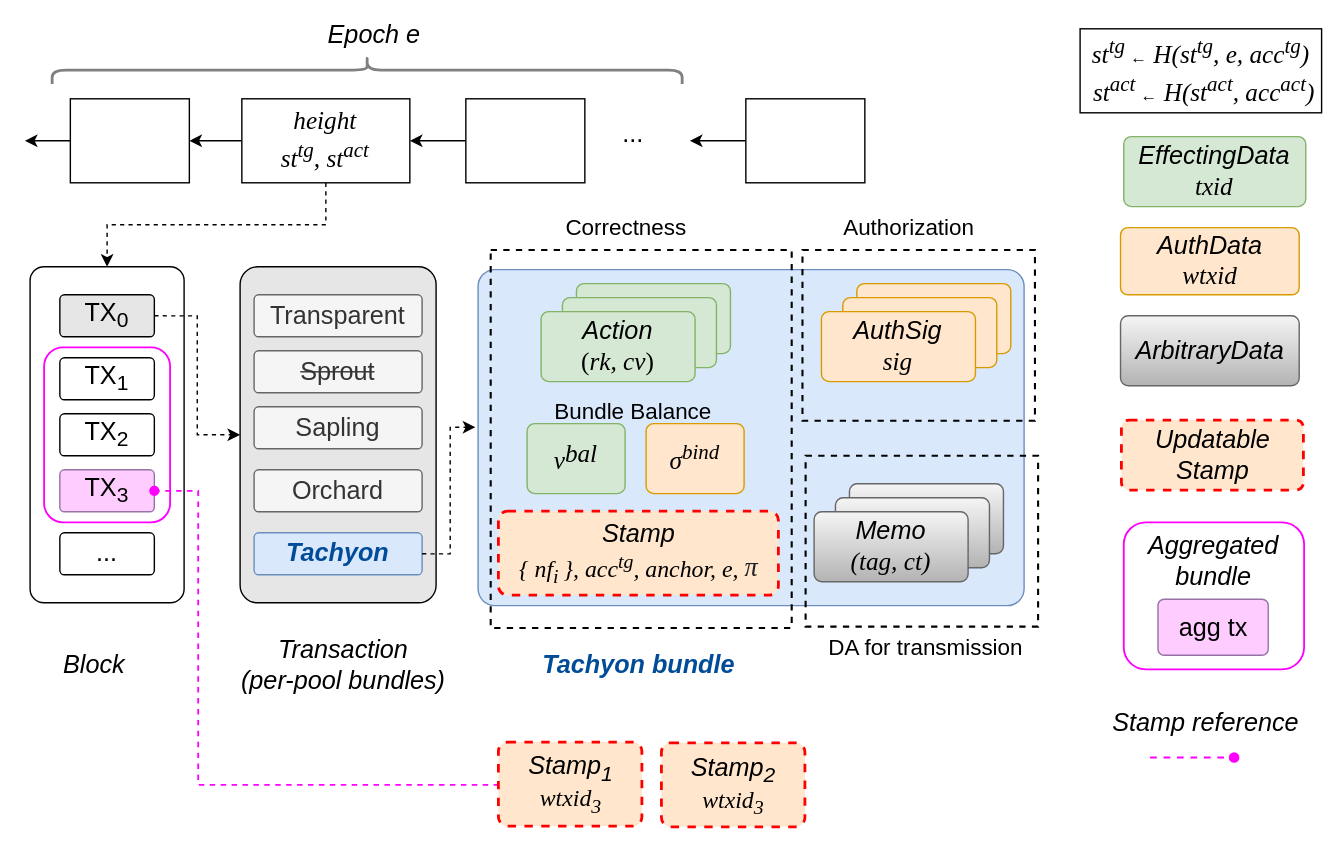
Before: book/src/assets/tachyon_tx.svg, a diagram exported from draw.io (alxiong/tachyon). Source tidied: cells renumbered, new cells last; positions are measured from the earlier drawing's top-left corner, leaving out a move shared by most shapes.
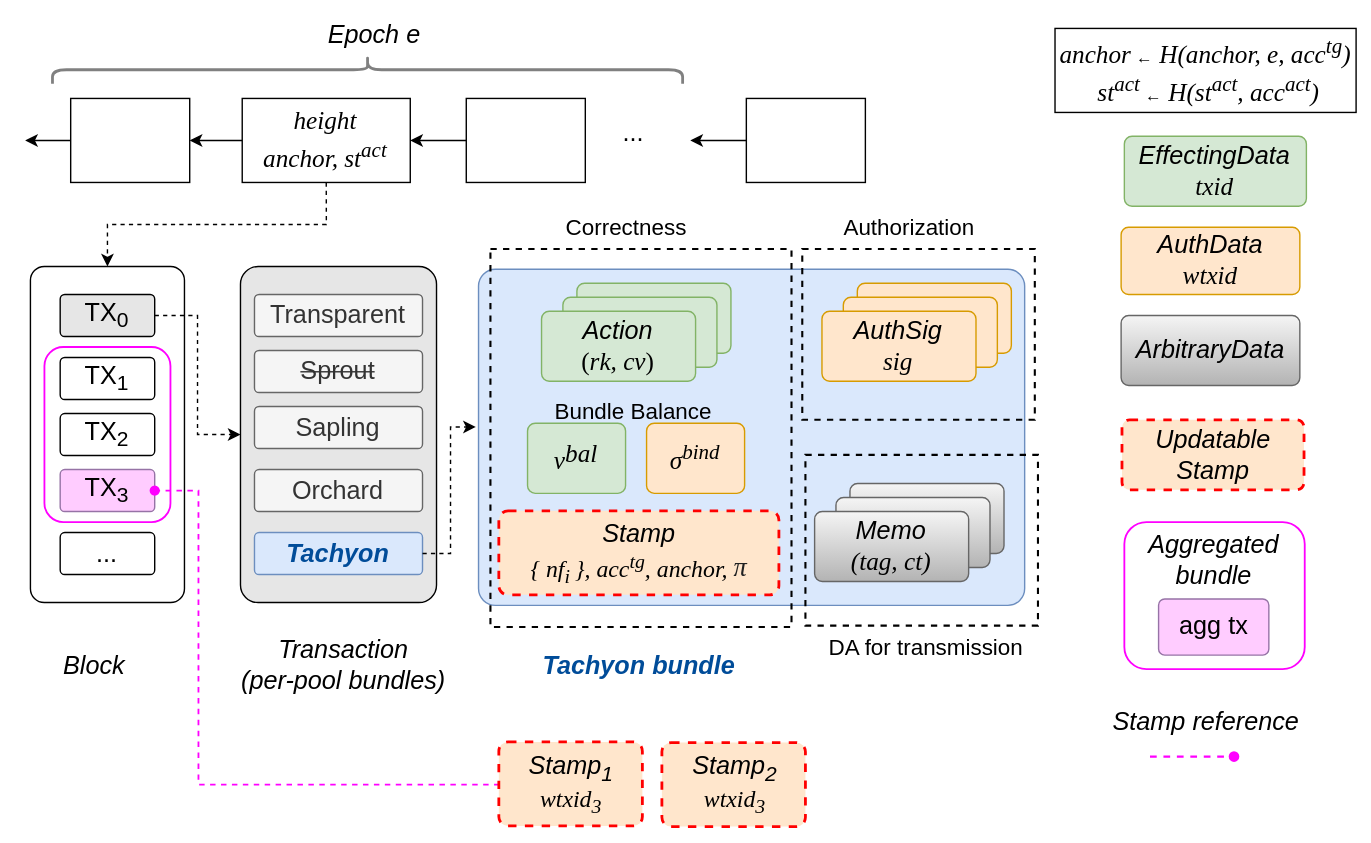
Above is the later version.

Change to the diagram source:
```diff
@@ -8,7 +8,7 @@
     <mxCell id="3" style="edgeStyle=orthogonalEdgeStyle;rounded=0;jettySize=auto;html=1;exitX=0.5;exitY=1;exitDx=0;exitDy=0;entryX=0.5;entryY=0;entryDx=0;entryDy=0;dashed=1;" parent="1" edge="1" source="4" target="14">
       <mxGeometry relative="1" as="geometry" />
     </mxCell>
-    <mxCell id="4" value="&lt;font style=&quot;font-size: 18px;&quot; face=&quot;Garamond&quot;&gt;&lt;i&gt;height&lt;/i&gt;&lt;/font&gt;&lt;div&gt;&lt;font style=&quot;font-size: 18px;&quot; face=&quot;Garamond&quot;&gt;&lt;i&gt;st&lt;sup style=&quot;&quot;&gt;tg&lt;/sup&gt;, st&lt;sup style=&quot;&quot;&gt;act&lt;/sup&gt;&lt;/i&gt;&lt;/font&gt;&lt;/div&gt;" style="rounded=0;whiteSpace=wrap;html=1;" parent="1" vertex="1">
+    <mxCell id="4" value="&lt;font style=&quot;font-size: 18px;&quot; face=&quot;Garamond&quot;&gt;&lt;i&gt;height&lt;/i&gt;&lt;/font&gt;&lt;div&gt;&lt;font style=&quot;font-size: 18px;&quot; face=&quot;Garamond&quot;&gt;&lt;i&gt;anchor, st&lt;sup style=&quot;&quot;&gt;act&lt;/sup&gt;&lt;/i&gt;&lt;/font&gt;&lt;/div&gt;" style="rounded=0;whiteSpace=wrap;html=1;" parent="1" vertex="1">
       <mxGeometry x="155.2" y="245" width="120" height="60" as="geometry" />
     </mxCell>
     <mxCell id="5" style="edgeStyle=orthogonalEdgeStyle;rounded=0;jettySize=auto;html=1;exitX=0;exitY=0.5;exitDx=0;exitDy=0;" parent="1" edge="1" source="6">
@@ -114,7 +114,7 @@
     <mxCell id="37" value="&lt;font face=&quot;Garamond&quot;&gt;&lt;i style=&quot;&quot;&gt;&lt;span style=&quot;font-size: 18px;&quot;&gt;σ&lt;sup style=&quot;&quot;&gt;bind&lt;/sup&gt;&lt;/span&gt;&lt;/i&gt;&lt;/font&gt;" style="rounded=1;whiteSpace=wrap;html=1;arcSize=11;fillColor=#ffe6cc;strokeColor=#d79b00;" parent="1" vertex="1">
       <mxGeometry x="444" y="477" width="70" height="50" as="geometry" />
     </mxCell>
-    <mxCell id="38" value="&lt;i style=&quot;font-size: 18px;&quot;&gt;Stamp&lt;/i&gt;&lt;br&gt;&lt;i style=&quot;&quot;&gt;&lt;font face=&quot;Garamond&quot;&gt;&lt;font style=&quot;font-size: 17px;&quot;&gt;{ nf&lt;sub style=&quot;&quot;&gt;i&amp;nbsp;&lt;/sub&gt;}, acc&lt;sup style=&quot;&quot;&gt;tg&lt;/sup&gt;&lt;/font&gt;&lt;span style=&quot;font-size: 17px;&quot;&gt;, anchor, e,&amp;nbsp;&lt;/span&gt;&lt;/font&gt;&lt;/i&gt;&lt;span style=&quot;color: rgb(32, 33, 34); font-family: &amp;quot;Nimbus Roman No9 L&amp;quot;, &amp;quot;Times New Roman&amp;quot;, Times, serif; font-size: 18.88px; font-style: italic; text-align: start; white-space: nowrap;&quot;&gt;π&lt;/span&gt;" style="rounded=1;whiteSpace=wrap;html=1;arcSize=11;fillColor=#ffe6cc;strokeColor=#FF0000;dashed=1;strokeWidth=2;" parent="1" vertex="1">
+    <mxCell id="38" value="&lt;i style=&quot;font-size: 18px;&quot;&gt;Stamp&lt;/i&gt;&lt;br&gt;&lt;i style=&quot;&quot;&gt;&lt;font face=&quot;Garamond&quot;&gt;&lt;font style=&quot;font-size: 17px;&quot;&gt;{ nf&lt;sub style=&quot;&quot;&gt;i&amp;nbsp;&lt;/sub&gt;}, acc&lt;sup style=&quot;&quot;&gt;tg&lt;/sup&gt;&lt;/font&gt;&lt;span style=&quot;font-size: 17px;&quot;&gt;, anchor,&amp;nbsp;&lt;/span&gt;&lt;/font&gt;&lt;/i&gt;&lt;span style=&quot;color: rgb(32, 33, 34); font-family: &amp;quot;Nimbus Roman No9 L&amp;quot;, &amp;quot;Times New Roman&amp;quot;, Times, serif; font-size: 18.88px; font-style: italic; text-align: start; white-space: nowrap;&quot;&gt;π&lt;/span&gt;" style="rounded=1;whiteSpace=wrap;html=1;arcSize=11;fillColor=#ffe6cc;strokeColor=#FF0000;dashed=1;strokeWidth=2;" parent="1" vertex="1">
       <mxGeometry x="339" y="540" width="200" height="60" as="geometry" />
     </mxCell>
     <mxCell id="39" value="&lt;font style=&quot;font-size: 18px; color: rgb(0, 76, 153);&quot;&gt;&lt;i style=&quot;&quot;&gt;&lt;b&gt;Tachyon bundle&lt;/b&gt;&lt;/i&gt;&lt;/font&gt;" style="text;html=1;whiteSpace=wrap;strokeColor=none;fillColor=none;align=center;verticalAlign=middle;rounded=0;" parent="1" vertex="1">
@@ -126,8 +126,8 @@
     <mxCell id="41" value="&lt;span style=&quot;font-size: 18px;&quot;&gt;&lt;i&gt;AuthData&lt;/i&gt;&lt;br&gt;&lt;i style=&quot;&quot;&gt;&lt;font face=&quot;Garamond&quot;&gt;wtxid&lt;/font&gt;&lt;/i&gt;&lt;/span&gt;" style="rounded=1;whiteSpace=wrap;html=1;arcSize=11;fillColor=#ffe6cc;strokeColor=#d79b00;" parent="1" vertex="1">
       <mxGeometry x="782.9" y="337" width="127.6" height="48" as="geometry" />
     </mxCell>
-    <mxCell id="42" value="&lt;div&gt;&lt;font style=&quot;font-size: 18px;&quot; face=&quot;Garamond&quot;&gt;&lt;i&gt;st&lt;sup style=&quot;&quot;&gt;tg&amp;nbsp;&lt;/sup&gt;&lt;/i&gt;&lt;/font&gt;&lt;span style=&quot;background-color: transparent; color: light-dark(rgb(0, 0, 0), rgb(255, 255, 255));&quot;&gt;←&lt;/span&gt;&lt;i style=&quot;background-color: transparent; color: light-dark(rgb(0, 0, 0), rgb(255, 255, 255)); font-size: 18px; font-family: Garamond;&quot;&gt;&amp;nbsp;H(st&lt;sup&gt;tg&lt;/sup&gt;, e, acc&lt;sup&gt;tg&lt;/sup&gt;)&lt;br&gt;&amp;nbsp;&lt;/i&gt;&lt;font face=&quot;Garamond&quot; style=&quot;background-color: transparent; color: light-dark(rgb(0, 0, 0), rgb(255, 255, 255)); font-size: 18px;&quot;&gt;&lt;i&gt;st&lt;sup&gt;act&amp;nbsp;&lt;/sup&gt;&lt;/i&gt;&lt;/font&gt;&lt;span style=&quot;background-color: transparent; color: light-dark(rgb(0, 0, 0), rgb(255, 255, 255));&quot;&gt;←&lt;/span&gt;&lt;i style=&quot;background-color: transparent; color: light-dark(rgb(0, 0, 0), rgb(255, 255, 255)); font-size: 18px; font-family: Garamond;&quot;&gt; H(st&lt;sup&gt;act&lt;/sup&gt;, acc&lt;sup&gt;act&lt;/sup&gt;)&lt;/i&gt;&lt;/div&gt;" style="rounded=0;whiteSpace=wrap;html=1;" parent="1" vertex="1">
-      <mxGeometry x="754" y="195" width="172.5" height="60" as="geometry" />
+    <mxCell id="42" value="&lt;div&gt;&lt;font style=&quot;font-size: 18px;&quot; face=&quot;Garamond&quot;&gt;&lt;i&gt;anchor&lt;sup style=&quot;&quot;&gt;&amp;nbsp;&lt;/sup&gt;&lt;/i&gt;&lt;/font&gt;&lt;span style=&quot;background-color: transparent; color: light-dark(rgb(0, 0, 0), rgb(255, 255, 255));&quot;&gt;←&lt;/span&gt;&lt;i style=&quot;background-color: transparent; color: light-dark(rgb(0, 0, 0), rgb(255, 255, 255)); font-size: 18px; font-family: Garamond;&quot;&gt;&amp;nbsp;H(anchor, e, acc&lt;sup&gt;tg&lt;/sup&gt;)&lt;br&gt;&amp;nbsp;&lt;/i&gt;&lt;font face=&quot;Garamond&quot; style=&quot;background-color: transparent; color: light-dark(rgb(0, 0, 0), rgb(255, 255, 255)); font-size: 18px;&quot;&gt;&lt;i&gt;st&lt;sup&gt;act&amp;nbsp;&lt;/sup&gt;&lt;/i&gt;&lt;/font&gt;&lt;span style=&quot;background-color: transparent; color: light-dark(rgb(0, 0, 0), rgb(255, 255, 255));&quot;&gt;←&lt;/span&gt;&lt;i style=&quot;background-color: transparent; color: light-dark(rgb(0, 0, 0), rgb(255, 255, 255)); font-size: 18px; font-family: Garamond;&quot;&gt; H(st&lt;sup&gt;act&lt;/sup&gt;, acc&lt;sup&gt;act&lt;/sup&gt;)&lt;/i&gt;&lt;/div&gt;" style="rounded=0;whiteSpace=wrap;html=1;" parent="1" vertex="1">
+      <mxGeometry x="735.7" y="195" width="215" height="60" as="geometry" />
     </mxCell>
     <mxCell id="43" value="&lt;font style=&quot;font-size: 16px;&quot;&gt;Correctness&lt;/font&gt;" style="text;html=1;whiteSpace=wrap;strokeColor=none;fillColor=none;align=center;verticalAlign=middle;rounded=0;" parent="1" vertex="1">
       <mxGeometry x="400.2" y="322" width="60" height="30" as="geometry" />
```
